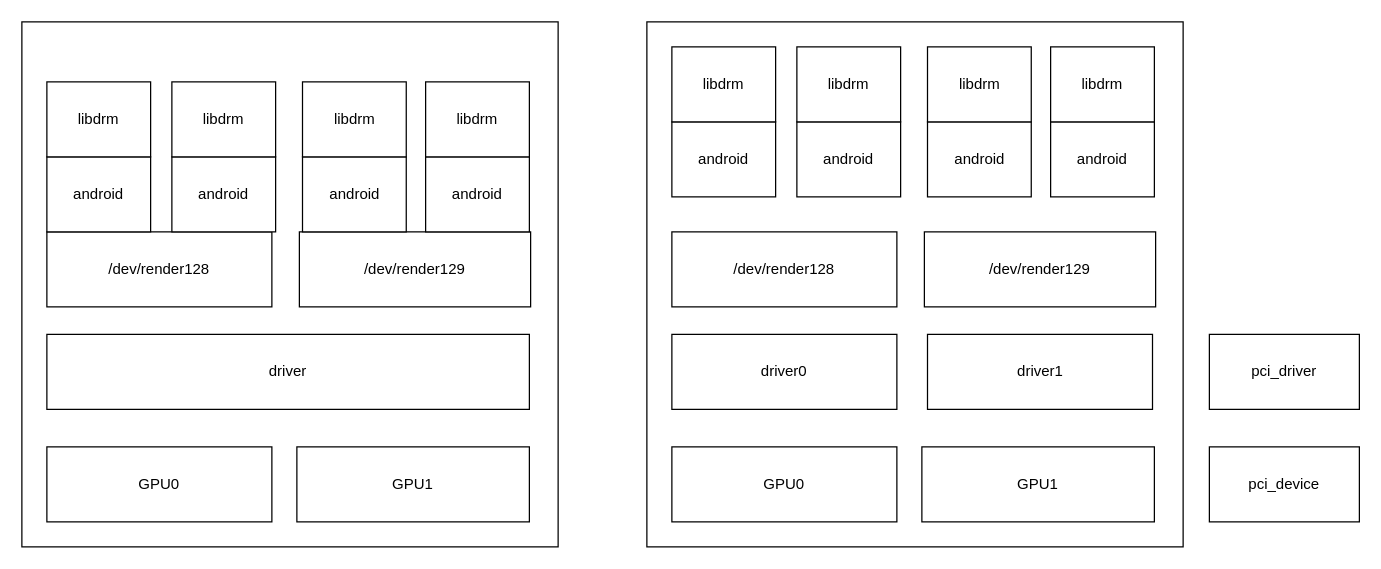
The draw.io diagram 多驱动架构设计.drawio in enzoyes/desginsindraw, before the edit. Source tidied: cells renumbered, new cells numbered last; positions are measured from the earlier drawing's top-left corner, leaving out a move shared by most shapes. Both pictures are drawn from the tidied source at 125%, with x=0, y=0 at pixel (21, 21).
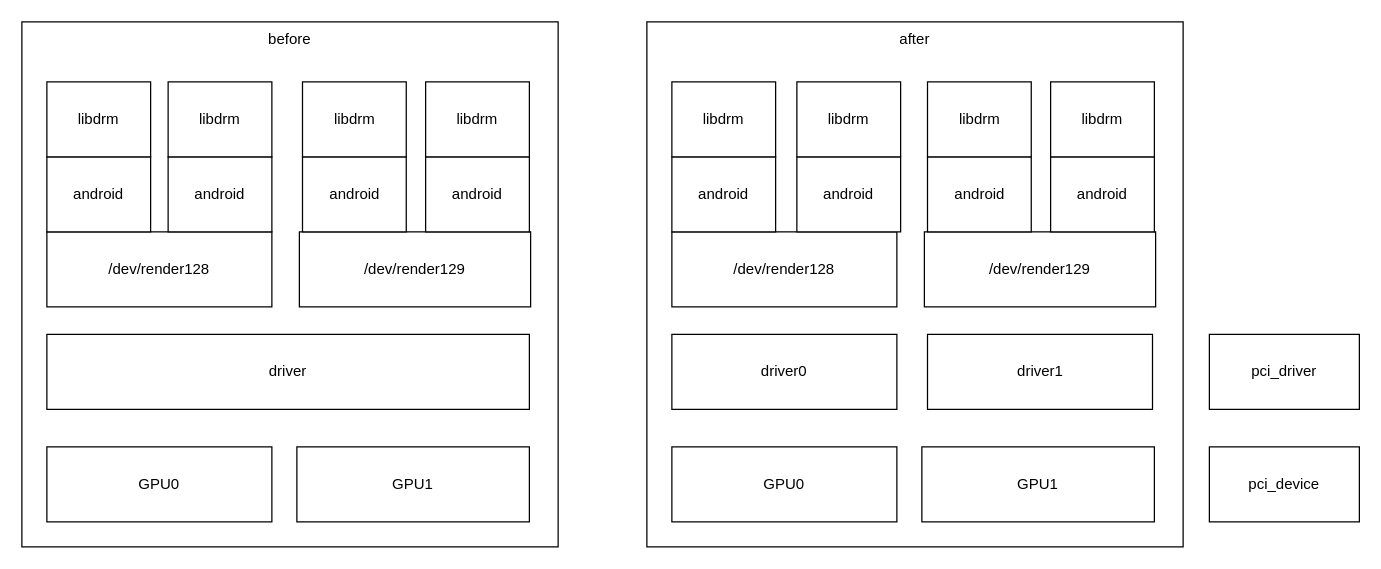
Above is the later version.

Commit message (it also covers changes not shown here):
更新多驱动架构设计.drawio

Change to the diagram source:
```diff
@@
-    <mxCell id="2" style="rounded=0;whiteSpace=wrap;html=1;" parent="1" vertex="1">
+    <mxCell id="2" value="before" style="rounded=0;whiteSpace=wrap;html=1;verticalAlign=top;" parent="1" vertex="1">
       <mxGeometry width="429" height="420" as="geometry" />
     </mxCell>
@@
     <mxCell id="8" value="android" style="rounded=0;whiteSpace=wrap;html=1;" parent="1" vertex="1">
-      <mxGeometry x="120" y="108" width="83" height="60" as="geometry" />
+      <mxGeometry x="117" y="108" width="83" height="60" as="geometry" />
     </mxCell>
@@
     <mxCell id="13" value="libdrm" style="rounded=0;whiteSpace=wrap;html=1;" parent="1" vertex="1">
-      <mxGeometry x="120" y="48" width="83" height="60" as="geometry" />
+      <mxGeometry x="117" y="48" width="83" height="60" as="geometry" />
     </mxCell>
@@
-    <mxCell id="16" style="rounded=0;whiteSpace=wrap;html=1;" parent="1" vertex="1">
+    <mxCell id="16" value="after" style="rounded=0;whiteSpace=wrap;html=1;verticalAlign=top;" parent="1" vertex="1">
       <mxGeometry x="500" width="429" height="420" as="geometry" />
     </mxCell>
@@
     <mxCell id="22" value="android" style="rounded=0;whiteSpace=wrap;html=1;" parent="1" vertex="1">
-      <mxGeometry x="620" y="80" width="83" height="60" as="geometry" />
+      <mxGeometry x="620" y="108" width="83" height="60" as="geometry" />
     </mxCell>
     <mxCell id="23" value="android" style="rounded=0;whiteSpace=wrap;html=1;" parent="1" vertex="1">
-      <mxGeometry x="724.5" y="80" width="83" height="60" as="geometry" />
+      <mxGeometry x="724.5" y="108" width="83" height="60" as="geometry" />
     </mxCell>
     <mxCell id="24" value="android" style="rounded=0;whiteSpace=wrap;html=1;" parent="1" vertex="1">
-      <mxGeometry x="823" y="80" width="83" height="60" as="geometry" />
+      <mxGeometry x="823" y="108" width="83" height="60" as="geometry" />
     </mxCell>
     <mxCell id="25" value="libdrm" style="rounded=0;whiteSpace=wrap;html=1;" parent="1" vertex="1">
-      <mxGeometry x="823" y="20" width="83" height="60" as="geometry" />
+      <mxGeometry x="823" y="48" width="83" height="60" as="geometry" />
     </mxCell>
     <mxCell id="26" value="libdrm" style="rounded=0;whiteSpace=wrap;html=1;" parent="1" vertex="1">
-      <mxGeometry x="724.5" y="20" width="83" height="60" as="geometry" />
+      <mxGeometry x="724.5" y="48" width="83" height="60" as="geometry" />
     </mxCell>
     <mxCell id="27" value="libdrm" style="rounded=0;whiteSpace=wrap;html=1;" parent="1" vertex="1">
-      <mxGeometry x="620" y="20" width="83" height="60" as="geometry" />
+      <mxGeometry x="620" y="48" width="83" height="60" as="geometry" />
     </mxCell>
     <mxCell id="28" value="android" style="rounded=0;whiteSpace=wrap;html=1;" parent="1" vertex="1">
-      <mxGeometry x="520" y="80" width="83" height="60" as="geometry" />
+      <mxGeometry x="520" y="108" width="83" height="60" as="geometry" />
     </mxCell>
     <mxCell id="29" value="libdrm" style="rounded=0;whiteSpace=wrap;html=1;" parent="1" vertex="1">
-      <mxGeometry x="520" y="20" width="83" height="60" as="geometry" />
+      <mxGeometry x="520" y="48" width="83" height="60" as="geometry" />
     </mxCell>
```
